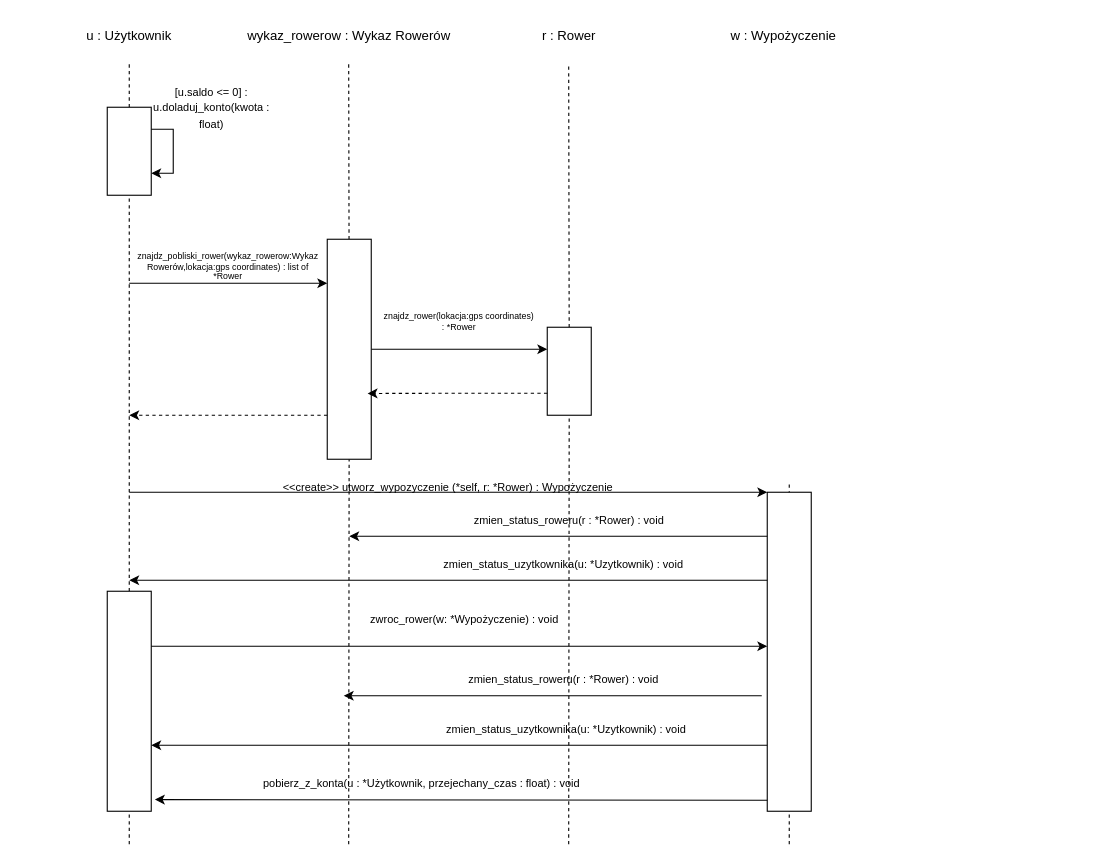
Earlier version of the draw.io diagram DiagramPrzebiegu.drawio (KarolinaPiechowicz05/2024-12-31). Source tidied: cells renumbered, new cells numbered last; positions are measured from the earlier drawing's top-left corner, leaving out a move shared by most shapes. Both pictures are drawn from the tidied source at 110%, with x=0, y=0 at pixel (19, 19).
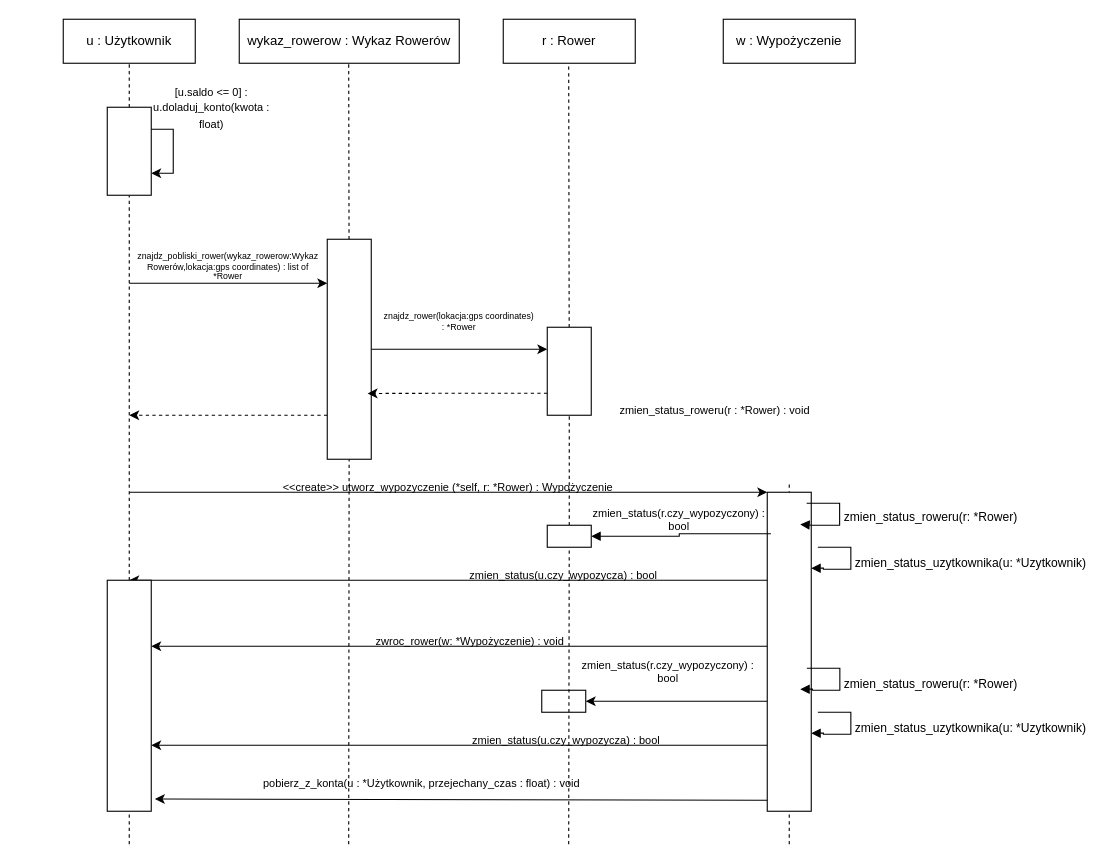
The same diagram, later.

Unchanged cells that the change refers to:
```xml
<mxCell id="21" style="rounded=0;whiteSpace=wrap;html=1;" parent="1" vertex="1">
  <mxGeometry x="480" y="280" width="40" height="80" as="geometry" />
</mxCell>
<mxCell id="27" style="rounded=0;whiteSpace=wrap;html=1;" parent="1" vertex="1">
  <mxGeometry x="680" y="430" width="40" height="290" as="geometry" />
</mxCell>
```

Change to the diagram source:
```diff
@@
     <mxCell id="2" value="u : Użytkownik" style="text;html=1;align=center;verticalAlign=middle;whiteSpace=wrap;rounded=0;" parent="1" vertex="1">
-      <mxGeometry width="200" height="30" as="geometry" />
+      <mxGeometry width="200" height="40" as="geometry" />
     </mxCell>
     <mxCell id="3" value="wykaz_rowerow : Wykaz Rowerów" style="text;html=1;align=center;verticalAlign=middle;whiteSpace=wrap;rounded=0;" parent="1" vertex="1">
-      <mxGeometry x="200" width="200" height="30" as="geometry" />
+      <mxGeometry x="200" width="200" height="40" as="geometry" />
     </mxCell>
     <mxCell id="4" value="r : Rower" style="text;html=1;align=center;verticalAlign=middle;whiteSpace=wrap;rounded=0;" parent="1" vertex="1">
-      <mxGeometry x="400" width="200" height="30" as="geometry" />
+      <mxGeometry x="400" width="200" height="40" as="geometry" />
     </mxCell>
     <mxCell id="5" value="w : Wypożyczenie" style="text;html=1;align=center;verticalAlign=middle;whiteSpace=wrap;rounded=0;" parent="1" vertex="1">
-      <mxGeometry x="600" width="190" height="30" as="geometry" />
+      <mxGeometry x="600" width="200" height="40" as="geometry" />
     </mxCell>
@@
-    <mxCell id="20" style="endArrow=none;dashed=1;html=1;rounded=0;" parent="1" edge="1" target="21">
-      <mxGeometry relative="1" as="geometry">
-        <mxPoint x="499.5" y="750" as="sourcePoint" />
-      </mxGeometry>
+    <mxCell id="20" style="endArrow=none;dashed=1;html=1;rounded=0;" parent="1" edge="1" source="51" target="21">
+      <mxGeometry relative="1" as="geometry" />
     </mxCell>
@@
-    <mxCell id="28" style="endArrow=classic;html=1;rounded=0;exitX=0;exitY=0.5;exitDx=0;exitDy=0;" parent="1" edge="1">
-      <mxGeometry relative="1" as="geometry">
-        <mxPoint x="680" y="470" as="sourcePoint" />
-        <mxPoint x="300" y="470" as="targetPoint" />
-      </mxGeometry>
-    </mxCell>
@@
     <mxCell id="30" value="zmien_status_roweru(r : *Rower) : void" style="text;html=1;align=center;verticalAlign=middle;whiteSpace=wrap;rounded=0;fontSize=10;" parent="1" vertex="1">
-      <mxGeometry x="315" y="440" width="370" height="30" as="geometry" />
+      <mxGeometry x="545" y="340" width="175" height="30" as="geometry" />
     </mxCell>
-    <mxCell id="31" value="zmien_status_uzytkownika(u: *Uzytkownik) : void" style="text;html=1;align=center;verticalAlign=middle;whiteSpace=wrap;rounded=0;fontSize=10;" parent="1" vertex="1">
-      <mxGeometry x="310" y="480" width="370" height="30" as="geometry" />
+    <mxCell id="31" value="zmien_status(u.czy_wypozycza) : bool" style="text;html=1;align=center;verticalAlign=middle;whiteSpace=wrap;rounded=0;fontSize=10;" parent="1" vertex="1">
+      <mxGeometry x="310" y="500" width="370" height="10" as="geometry" />
     </mxCell>
@@
     <mxCell id="33" style="rounded=0;whiteSpace=wrap;html=1;" parent="1" vertex="1">
-      <mxGeometry x="80" y="520" width="40" height="200" as="geometry" />
+      <mxGeometry x="80" y="510" width="40" height="210" as="geometry" />
     </mxCell>
     <mxCell id="34" style="endArrow=classic;html=1;rounded=0;" parent="1" edge="1">
       <mxGeometry relative="1" as="geometry">
-        <mxPoint x="120" y="570" as="sourcePoint" />
-        <mxPoint x="680" y="570" as="targetPoint" />
+        <mxPoint x="680" y="570" as="sourcePoint" />
+        <mxPoint x="120" y="570" as="targetPoint" />
       </mxGeometry>
     </mxCell>
     <mxCell id="35" value="zwroc_rower(w: *Wypożyczenie) : void" style="text;html=1;align=center;verticalAlign=middle;whiteSpace=wrap;rounded=0;fontSize=10;" parent="1" vertex="1">
-      <mxGeometry x="125" y="530" width="560" height="30" as="geometry" />
+      <mxGeometry x="130" y="560" width="560" height="10" as="geometry" />
     </mxCell>
-    <mxCell id="36" style="endArrow=classic;html=1;rounded=0;exitX=0;exitY=0.5;exitDx=0;exitDy=0;" parent="1" edge="1">
+    <mxCell id="36" style="endArrow=classic;html=1;rounded=0;" parent="1" edge="1" source="47">
       <mxGeometry relative="1" as="geometry">
-        <mxPoint x="675" y="615" as="sourcePoint" />
-        <mxPoint x="295" y="615" as="targetPoint" />
+        <mxPoint x="500" y="620" as="targetPoint" />
       </mxGeometry>
     </mxCell>
-    <mxCell id="37" value="zmien_status_roweru(r : *Rower) : void" style="text;html=1;align=center;verticalAlign=middle;whiteSpace=wrap;rounded=0;fontSize=10;" parent="1" vertex="1">
-      <mxGeometry x="310" y="585" width="370" height="30" as="geometry" />
+    <mxCell id="37" value="&lt;div&gt;zmien_status(r.czy_wypozyczony) : bool&lt;/div&gt;" style="text;html=1;align=center;verticalAlign=middle;whiteSpace=wrap;rounded=0;fontSize=10;" parent="1" vertex="1">
+      <mxGeometry x="500" y="585" width="180" height="15" as="geometry" />
     </mxCell>
@@
-    <mxCell id="39" value="zmien_status_uzytkownika(u: *Uzytkownik) : void" style="text;html=1;align=center;verticalAlign=middle;whiteSpace=wrap;rounded=0;fontSize=10;" parent="1" vertex="1">
-      <mxGeometry x="315" y="630" width="365" height="30" as="geometry" />
+    <mxCell id="39" value="zmien_status(u.czy_wypozycza) : bool" style="text;html=1;align=center;verticalAlign=middle;whiteSpace=wrap;rounded=0;fontSize=10;" parent="1" vertex="1">
+      <mxGeometry x="315" y="650" width="365" height="10" as="geometry" />
     </mxCell>
@@
+    <mxCell id="42" style="rounded=0;whiteSpace=wrap;html=1;fillColor=none;" parent="1" vertex="1">
+      <mxGeometry x="40" width="120" height="40" as="geometry" />
+    </mxCell>
+    <mxCell id="43" style="rounded=0;whiteSpace=wrap;html=1;fillColor=none;" parent="1" vertex="1">
+      <mxGeometry x="200" width="200" height="40" as="geometry" />
+    </mxCell>
+    <mxCell id="44" style="rounded=0;whiteSpace=wrap;html=1;fillColor=none;" parent="1" vertex="1">
+      <mxGeometry x="440" width="120" height="40" as="geometry" />
+    </mxCell>
+    <mxCell id="45" style="rounded=0;whiteSpace=wrap;html=1;fillColor=none;" parent="1" vertex="1">
+      <mxGeometry x="640" width="120" height="40" as="geometry" />
+    </mxCell>
+    <mxCell id="46" style="endArrow=classic;html=1;rounded=0;" parent="1" edge="1" target="47">
+      <mxGeometry relative="1" as="geometry">
+        <mxPoint x="680" y="620" as="sourcePoint" />
+      </mxGeometry>
+    </mxCell>
+    <mxCell id="47" style="rounded=0;whiteSpace=wrap;html=1;" parent="1" vertex="1">
+      <mxGeometry x="475" y="610" width="40" height="20" as="geometry" />
+    </mxCell>
+    <mxCell id="48" value="zmien_status_roweru(r: *Rower)" style="html=1;align=left;spacingLeft=2;endArrow=block;rounded=0;edgeStyle=orthogonalEdgeStyle;curved=0;rounded=0;entryX=1.104;entryY=0.101;entryDx=0;entryDy=0;entryPerimeter=0;" parent="1" edge="1">
+      <mxGeometry x="0.01" relative="1" as="geometry">
+        <mxPoint x="715.8" y="440" as="sourcePoint" />
+        <mxPoint x="710" y="459.3" as="targetPoint" />
+        <Array as="points">
+          <mxPoint x="745.8" y="440" />
+          <mxPoint x="745.8" y="460" />
+          <mxPoint x="720.8" y="460" />
+        </Array>
+      </mxGeometry>
+    </mxCell>
+    <mxCell id="49" style="endArrow=block;endFill=1;html=1;edgeStyle=orthogonalEdgeStyle;align=left;verticalAlign=top;rounded=0;entryX=1;entryY=0.5;entryDx=0;entryDy=0;exitX=0.083;exitY=0.13;exitDx=0;exitDy=0;exitPerimeter=0;" parent="1" edge="1" source="27" target="51">
+      <mxGeometry x="-1" y="164" relative="1" as="geometry">
+        <mxPoint x="147" y="-92" as="offset" />
+      </mxGeometry>
+    </mxCell>
+    <mxCell id="50" style="endArrow=none;dashed=1;html=1;rounded=0;" parent="1" edge="1" target="51">
+      <mxGeometry relative="1" as="geometry">
+        <mxPoint x="499.5" y="750" as="sourcePoint" />
+      </mxGeometry>
+    </mxCell>
+    <mxCell id="51" style="rounded=0;whiteSpace=wrap;html=1;" parent="1" vertex="1">
+      <mxGeometry x="480" y="460" width="40" height="20" as="geometry" />
+    </mxCell>
+    <mxCell id="52" value="&lt;div&gt;zmien_status(r.czy_wypozyczony) : bool&lt;/div&gt;" style="text;html=1;align=center;verticalAlign=middle;whiteSpace=wrap;rounded=0;fontSize=10;" parent="1" vertex="1">
+      <mxGeometry x="520" y="440" width="160" height="30" as="geometry" />
+    </mxCell>
+    <mxCell id="53" value="zmien_status_roweru(r: *Rower)" style="html=1;align=left;spacingLeft=2;endArrow=block;rounded=0;edgeStyle=orthogonalEdgeStyle;curved=0;rounded=0;entryX=1.104;entryY=0.101;entryDx=0;entryDy=0;entryPerimeter=0;" parent="1" edge="1">
+      <mxGeometry x="0.01" relative="1" as="geometry">
+        <mxPoint x="716" y="590" as="sourcePoint" />
+        <mxPoint x="710" y="609" as="targetPoint" />
+        <Array as="points">
+          <mxPoint x="746" y="590" />
+          <mxPoint x="746" y="610" />
+          <mxPoint x="721" y="610" />
+        </Array>
+      </mxGeometry>
+    </mxCell>
+    <mxCell id="54" value="zmien_status_uzytkownika(u: *Uzytkownik)" style="html=1;align=left;spacingLeft=2;endArrow=block;rounded=0;edgeStyle=orthogonalEdgeStyle;curved=0;rounded=0;entryX=1.104;entryY=0.101;entryDx=0;entryDy=0;entryPerimeter=0;" parent="1" edge="1">
+      <mxGeometry x="0.01" relative="1" as="geometry">
+        <mxPoint x="726" y="480" as="sourcePoint" />
+        <mxPoint x="720" y="499" as="targetPoint" />
+        <Array as="points">
+          <mxPoint x="756" y="480" />
+          <mxPoint x="756" y="500" />
+          <mxPoint x="731" y="500" />
+        </Array>
+      </mxGeometry>
+    </mxCell>
+    <mxCell id="55" value="zmien_status_uzytkownika(u: *Uzytkownik)" style="html=1;align=left;spacingLeft=2;endArrow=block;rounded=0;edgeStyle=orthogonalEdgeStyle;curved=0;rounded=0;entryX=1.104;entryY=0.101;entryDx=0;entryDy=0;entryPerimeter=0;" parent="1" edge="1">
+      <mxGeometry x="0.01" relative="1" as="geometry">
+        <mxPoint x="726" y="630" as="sourcePoint" />
+        <mxPoint x="720" y="649" as="targetPoint" />
+        <Array as="points">
+          <mxPoint x="756" y="630" />
+          <mxPoint x="756" y="650" />
+          <mxPoint x="731" y="650" />
+        </Array>
+      </mxGeometry>
+    </mxCell>
```
